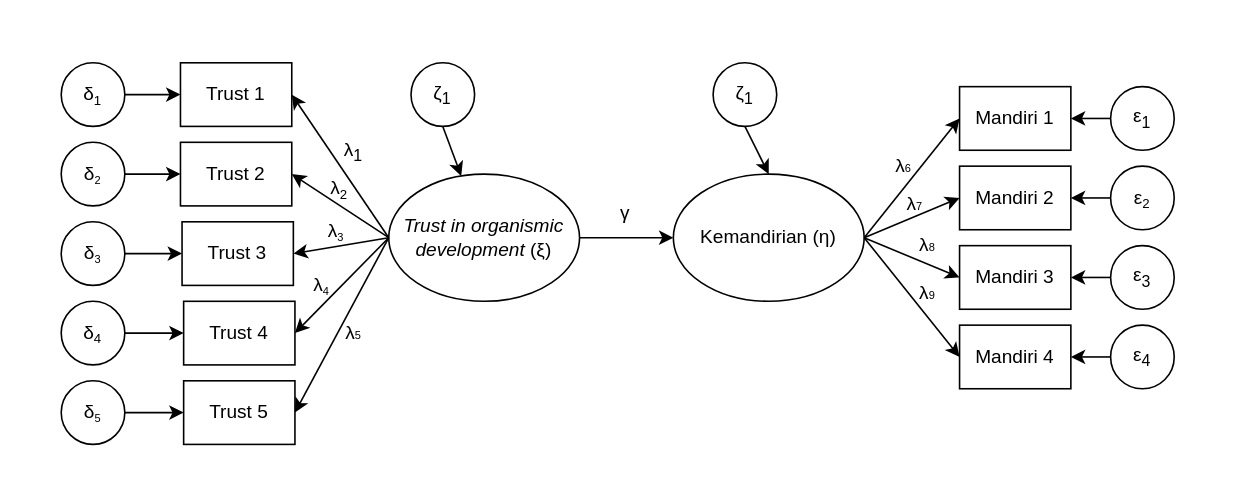
The draw.io diagram page "latin" (12 of 13) of materials/diagrams.drawio in rameliaz/mg-sem-workshop, before the edit. Source tidied: cells renumbered, new cells numbered last; positions are measured from the earlier drawing's top-left corner, leaving out a move shared by most shapes. Both pictures are drawn from the tidied source at 159%, with x=0, y=0 at pixel (60, 62).
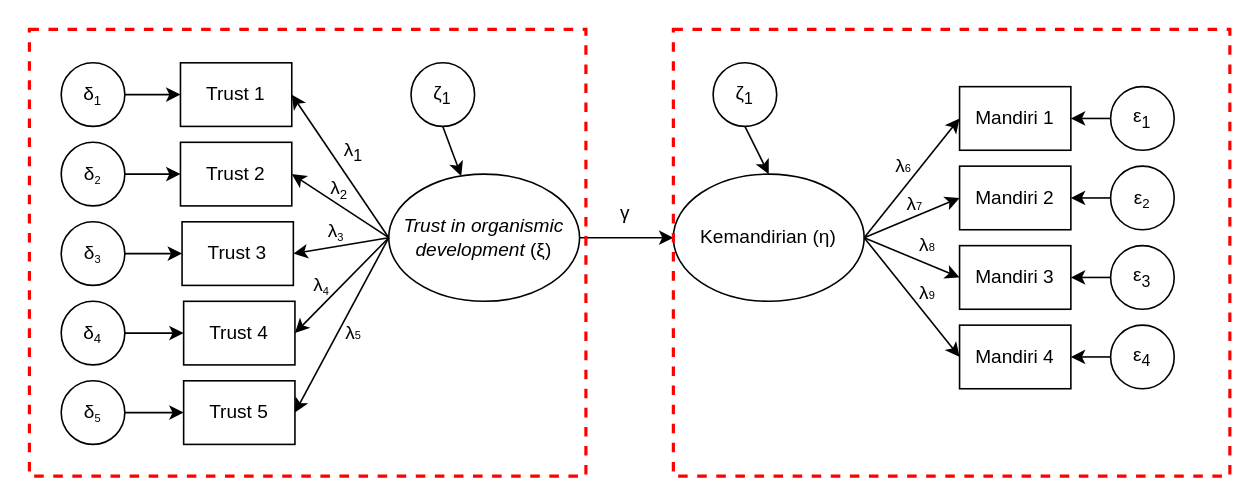
The same diagram, later.

Change to the diagram source:
```diff
@@
+    <mxCell id="55" style="rounded=0;whiteSpace=wrap;html=1;fillColor=none;dashed=1;strokeColor=#FF0000;strokeWidth=2;" parent="1" vertex="1">
+      <mxGeometry x="-20" y="-21" width="350" height="281" as="geometry" />
+    </mxCell>
+    <mxCell id="56" style="rounded=0;whiteSpace=wrap;html=1;fillColor=none;dashed=1;strokeColor=#FF0000;strokeWidth=2;" parent="1" vertex="1">
+      <mxGeometry x="385" y="-21" width="350" height="281" as="geometry" />
+    </mxCell>
```
